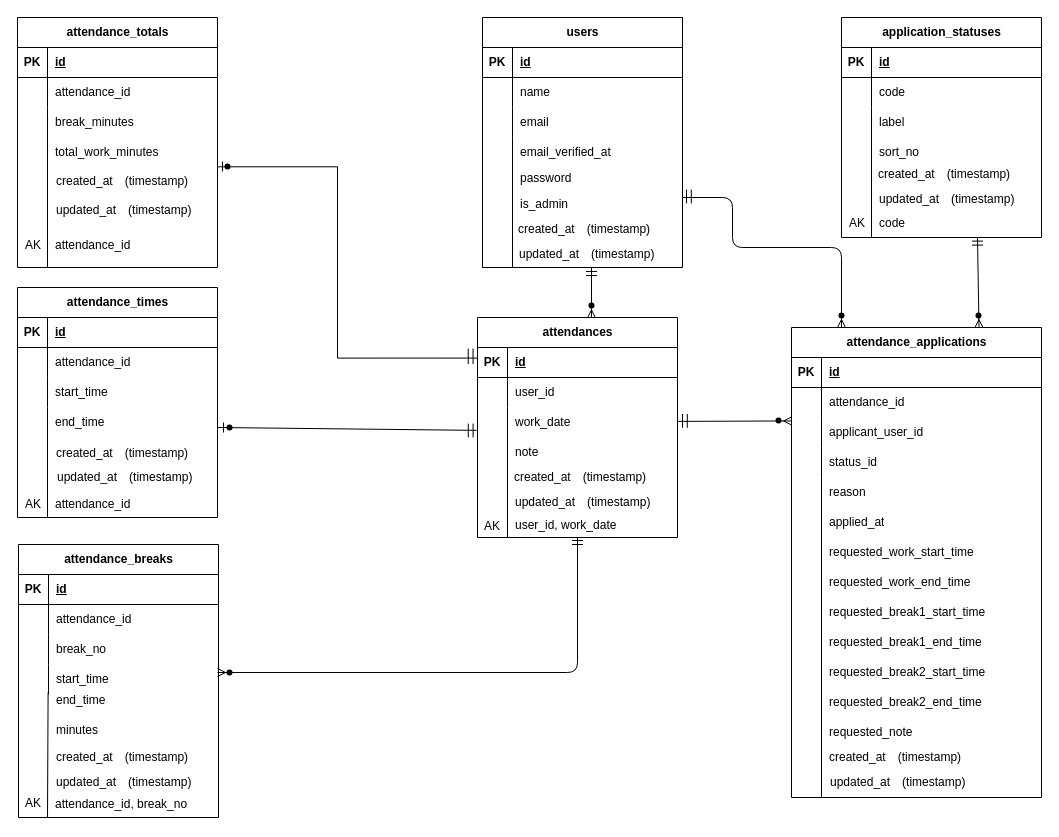
The draw.io diagram src/index.drawio in simanuki0923/attendance_system, before the edit. Source tidied: cells renumbered, new cells numbered last; positions are measured from the earlier drawing's top-left corner, leaving out a move shared by most shapes. Both pictures are drawn from the tidied source at 100%, with x=0, y=0 at pixel (17, 17).
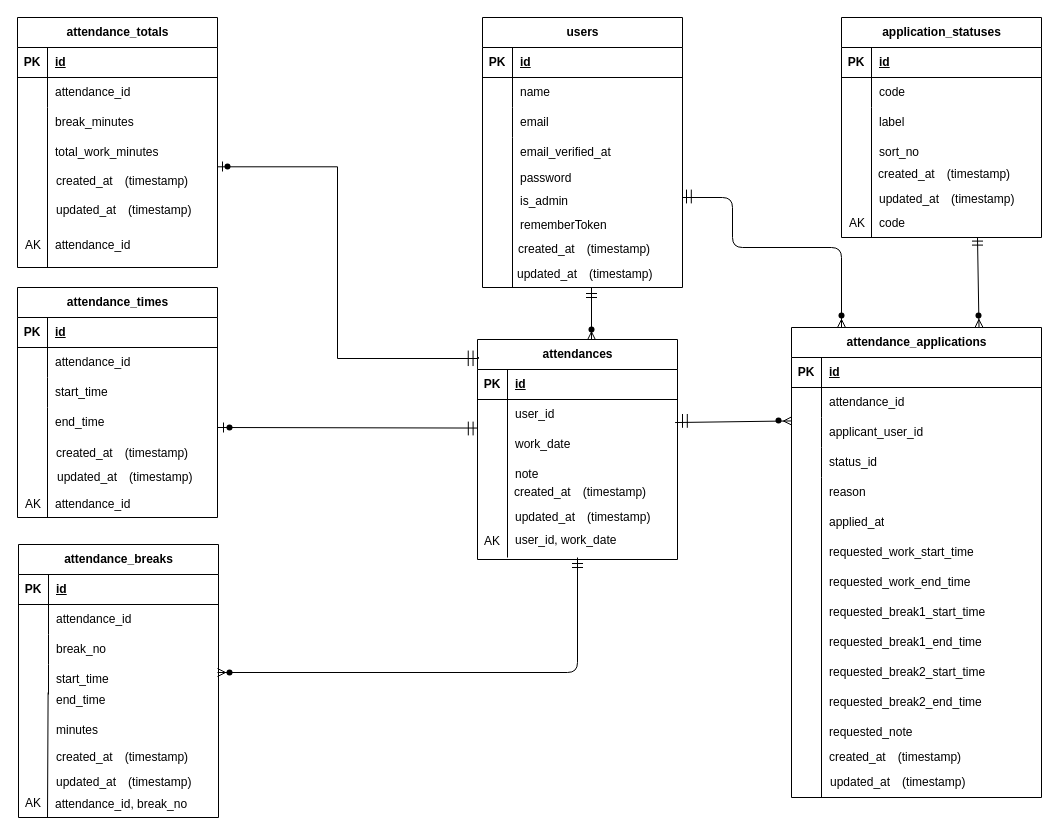
Above is the later version.

Commit message (it also covers changes not shown here):
2026/1/14 ER図の内容修正・ER図画像差し替え

The change refers to these unchanged cells:
```xml
<mxCell id="33" style="shape=tableRow;horizontal=0;startSize=0;swimlaneHead=0;swimlaneBody=0;fillColor=none;points=[[0,0.5],[1,0.5]];portConstraint=eastwest;top=0;left=0;right=0;bottom=1;" parent="32" vertex="1">
  <mxGeometry y="30" width="200" height="30" as="geometry" />
</mxCell>
<mxCell id="36" style="shape=tableRow;horizontal=0;startSize=0;swimlaneHead=0;swimlaneBody=0;fillColor=none;points=[[0,0.5],[1,0.5]];portConstraint=eastwest;top=0;left=0;right=0;bottom=0;" parent="32" vertex="1">
  <mxGeometry y="60" width="200" height="30" as="geometry" />
</mxCell>
<mxCell id="39" style="shape=tableRow;horizontal=0;startSize=0;swimlaneHead=0;swimlaneBody=0;fillColor=none;points=[[0,0.5],[1,0.5]];portConstraint=eastwest;top=0;left=0;right=0;bottom=0;" parent="32" vertex="1">
  <mxGeometry y="90" width="200" height="30" as="geometry" />
</mxCell>
<mxCell id="84" style="shape=tableRow;horizontal=0;startSize=0;swimlaneHead=0;swimlaneBody=0;fillColor=none;points=[[0,0.5],[1,0.5]];portConstraint=eastwest;top=0;left=0;right=0;bottom=0;" parent="77" vertex="1">
  <mxGeometry y="90" width="250" height="30" as="geometry" />
</mxCell>
```

What changed in the source:
```diff
@@
     <mxCell id="2" value="users" style="shape=table;startSize=30;childLayout=tableLayout;rowLines=0;fontStyle=1;align=center;html=1;" parent="1" vertex="1">
-      <mxGeometry x="465" width="200" height="250" as="geometry" />
+      <mxGeometry x="465" width="200" height="270" as="geometry" />
     </mxCell>
@@
     <mxCell id="16" value="is_admin" style="shape=partialRectangle;fillColor=none;top=0;left=0;bottom=0;right=0;align=left;spacingLeft=6;overflow=hidden;whiteSpace=wrap;html=1;" parent="1" vertex="1">
-      <mxGeometry x="495" y="172" width="170" height="30" as="geometry" />
+      <mxGeometry x="495" y="169" width="170" height="30" as="geometry" />
     </mxCell>
@@
     <mxCell id="30" value="user_id, work_date" style="shape=partialRectangle;fillColor=none;top=0;left=0;bottom=0;right=0;align=left;spacingLeft=6;overflow=hidden;whiteSpace=wrap;html=1;" parent="1" vertex="1">
-      <mxGeometry x="490" y="493" width="170" height="30" as="geometry" />
+      <mxGeometry x="490" y="508" width="170" height="30" as="geometry" />
     </mxCell>
     <mxCell id="31" value="AK" style="shape=partialRectangle;fillColor=none;top=0;left=0;bottom=0;right=0;align=left;spacingLeft=6;overflow=hidden;whiteSpace=wrap;html=1;" parent="1" vertex="1">
-      <mxGeometry x="459" y="494" width="30" height="30" as="geometry" />
+      <mxGeometry x="459" y="509" width="30" height="30" as="geometry" />
     </mxCell>
     <mxCell id="32" value="attendances" style="shape=table;startSize=30;childLayout=tableLayout;rowLines=0;fontStyle=1;align=center;html=1;" parent="1" vertex="1">
-      <mxGeometry x="460" y="300" width="200" height="220" as="geometry" />
+      <mxGeometry x="460" y="322" width="200" height="220" as="geometry" />
     </mxCell>
@@
     <mxCell id="118" style="endArrow=none;html=1;rounded=0;" parent="1" edge="1">
       <mxGeometry relative="1" as="geometry">
         <mxPoint x="490" y="404" as="sourcePoint" />
-        <mxPoint x="490" y="520" as="targetPoint" />
+        <mxPoint x="490" y="540" as="targetPoint" />
       </mxGeometry>
     </mxCell>
     <mxCell id="119" style="endArrow=none;html=1;rounded=0;" parent="1" edge="1">
       <mxGeometry relative="1" as="geometry">
         <mxPoint x="495" y="124.5" as="sourcePoint" />
-        <mxPoint x="495" y="250" as="targetPoint" />
+        <mxPoint x="495" y="270" as="targetPoint" />
       </mxGeometry>
     </mxCell>
@@
     <mxCell id="124" style="fontSize=12;html=1;endArrow=ERmany;entryX=0.57;entryY=0.002;entryDx=0;entryDy=0;entryPerimeter=0;" parent="1" edge="1" target="32">
       <mxGeometry relative="1" as="geometry">
-        <mxPoint x="574" y="250" as="sourcePoint" />
+        <mxPoint x="574" y="270" as="sourcePoint" />
       </mxGeometry>
     </mxCell>
-    <mxCell id="125" style="fontSize=12;html=1;endArrow=ERmany;entryX=0;entryY=0.115;entryDx=0;entryDy=0;entryPerimeter=0;" parent="1" edge="1" target="84">
-      <mxGeometry relative="1" as="geometry">
-        <mxPoint x="660" y="403.9" as="sourcePoint" />
-      </mxGeometry>
+    <mxCell id="125" style="fontSize=12;html=1;endArrow=ERmany;entryX=0;entryY=0.115;entryDx=0;entryDy=0;entryPerimeter=0;exitX=0.988;exitY=0.768;exitDx=0;exitDy=0;exitPerimeter=0;" parent="1" edge="1" source="36" target="84">
+      <mxGeometry relative="1" as="geometry" />
     </mxCell>
     <mxCell id="126" style="fontSize=12;html=1;endArrow=ERmany;edgeStyle=orthogonalEdgeStyle;" parent="1" edge="1">
       <mxGeometry relative="1" as="geometry">
-        <mxPoint x="560" y="520" as="sourcePoint" />
+        <mxPoint x="560" y="540" as="sourcePoint" />
         <mxPoint x="200" y="655" as="targetPoint" />
         <Array as="points">
           <mxPoint x="560" y="655" />
         </Array>
       </mxGeometry>
     </mxCell>
-    <mxCell id="127" style="endArrow=none;html=1;rounded=0;entryX=-0.004;entryY=0.762;entryDx=0;entryDy=0;entryPerimeter=0;" parent="1" edge="1" target="39">
+    <mxCell id="127" style="endArrow=none;html=1;rounded=0;entryX=-0.002;entryY=0.952;entryDx=0;entryDy=0;entryPerimeter=0;" parent="1" edge="1" target="36">
       <mxGeometry relative="1" as="geometry">
         <mxPoint x="200" y="410" as="sourcePoint" />
       </mxGeometry>
     </mxCell>
-    <mxCell id="128" style="endArrow=none;html=1;rounded=0;edgeStyle=orthogonalEdgeStyle;entryX=0;entryY=0.353;entryDx=0;entryDy=0;entryPerimeter=0;" parent="1" edge="1" target="33">
+    <mxCell id="128" style="endArrow=none;html=1;rounded=0;edgeStyle=orthogonalEdgeStyle;entryX=0.005;entryY=0.08;entryDx=0;entryDy=0;entryPerimeter=0;" parent="1" edge="1" target="32">
       <mxGeometry relative="1" as="geometry">
         <mxPoint x="200" y="149.3" as="sourcePoint" />
         <Array as="points">
           <mxPoint x="320" y="149" />
           <mxPoint x="320" y="341" />
+          <mxPoint x="461" y="341" />
         </Array>
       </mxGeometry>
     </mxCell>
@@
     <mxCell id="132" style="shape=partialRectangle;whiteSpace=wrap;html=1;left=0;right=0;fillColor=none;" parent="1" vertex="1">
-      <mxGeometry x="555" y="523" width="10" height="4" as="geometry" />
+      <mxGeometry x="555" y="546" width="10" height="4" as="geometry" />
     </mxCell>
@@
     <mxCell id="134" style="shape=partialRectangle;whiteSpace=wrap;html=1;left=0;right=0;fillColor=none;rotation=90;" parent="1" vertex="1">
-      <mxGeometry x="446.8" y="410.6" width="12.8" height="4.8" as="geometry" />
+      <mxGeometry x="446.8" y="408.6" width="12.8" height="4.8" as="geometry" />
     </mxCell>
@@
     <mxCell id="137" style="shape=partialRectangle;whiteSpace=wrap;html=1;left=0;right=0;fillColor=none;rotation=90;" parent="1" vertex="1">
-      <mxGeometry x="445.9" y="336.4" width="14.5" height="4.8" as="geometry" />
+      <mxGeometry x="445.9" y="338.4" width="14.5" height="4.8" as="geometry" />
     </mxCell>
     <mxCell id="138" style="shape=partialRectangle;whiteSpace=wrap;html=1;left=0;right=0;fillColor=none;" parent="1" vertex="1">
-      <mxGeometry x="569" y="254" width="10" height="4" as="geometry" />
+      <mxGeometry x="569" y="276" width="10" height="4" as="geometry" />
     </mxCell>
     <mxCell id="139" style="shape=waypoint;sketch=0;fillStyle=solid;size=6;fillColor=none;perimeter=centerPerimeter;" parent="1" vertex="1">
-      <mxGeometry x="564" y="278" width="20" height="20" as="geometry" />
+      <mxGeometry x="564" y="302" width="20" height="20" as="geometry" />
     </mxCell>
@@
     <mxCell id="148" value="created_at　&lt;span style=&quot;color: rgb(0, 0, 0);&quot;&gt;(timestamp)&lt;/span&gt;" style="shape=partialRectangle;fillColor=none;top=0;left=0;bottom=0;right=0;align=left;spacingLeft=6;overflow=hidden;whiteSpace=wrap;html=1;" parent="1" vertex="1">
-      <mxGeometry x="493" y="197" width="170" height="30" as="geometry" />
+      <mxGeometry x="493" y="217" width="170" height="30" as="geometry" />
     </mxCell>
     <mxCell id="149" value="updated_at　&lt;span style=&quot;color: rgb(0, 0, 0);&quot;&gt;(timestamp)&lt;/span&gt;" style="shape=partialRectangle;fillColor=none;top=0;left=0;bottom=0;right=0;align=left;spacingLeft=6;overflow=hidden;whiteSpace=wrap;html=1;" parent="1" vertex="1">
-      <mxGeometry x="494" y="221.6" width="170" height="30" as="geometry" />
+      <mxGeometry x="492" y="241.6" width="170" height="30" as="geometry" />
     </mxCell>
@@
     <mxCell id="156" value="updated_at　&lt;span style=&quot;color: rgb(0, 0, 0);&quot;&gt;(timestamp)&lt;/span&gt;" style="shape=partialRectangle;fillColor=none;top=0;left=0;bottom=0;right=0;align=left;spacingLeft=6;overflow=hidden;whiteSpace=wrap;html=1;" parent="1" vertex="1">
-      <mxGeometry x="490" y="470" width="170" height="30" as="geometry" />
+      <mxGeometry x="490" y="485" width="170" height="30" as="geometry" />
     </mxCell>
     <mxCell id="157" value="created_at　&lt;span style=&quot;color: rgb(0, 0, 0);&quot;&gt;(timestamp)&lt;/span&gt;" style="shape=partialRectangle;fillColor=none;top=0;left=0;bottom=0;right=0;align=left;spacingLeft=6;overflow=hidden;whiteSpace=wrap;html=1;" parent="1" vertex="1">
-      <mxGeometry x="489" y="445.4" width="170" height="30" as="geometry" />
+      <mxGeometry x="489" y="460.4" width="170" height="30" as="geometry" />
     </mxCell>
@@
+    <mxCell id="160" value="rememberToken" style="shape=partialRectangle;fillColor=none;top=0;left=0;bottom=0;right=0;align=left;spacingLeft=6;overflow=hidden;whiteSpace=wrap;html=1;" parent="1" vertex="1">
+      <mxGeometry x="495" y="192.6" width="170" height="30" as="geometry" />
+    </mxCell>
```
